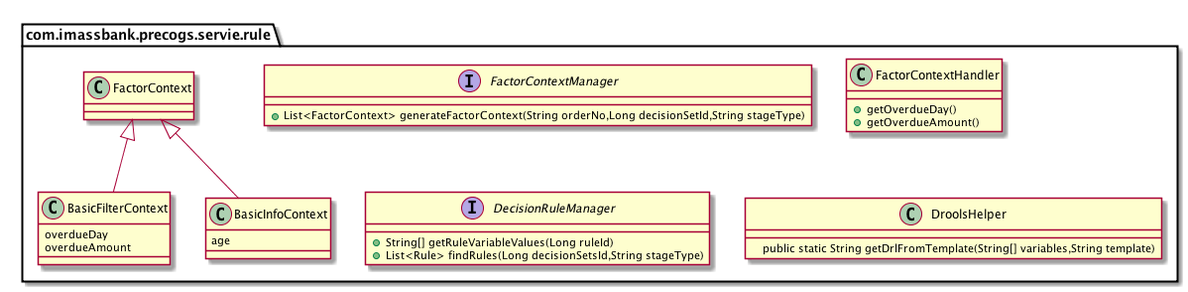
Before: images/risk/ClassDiagram-ruleInterface.png, a diagram exported from PlantUML (feidragon/feidragon.github.io).
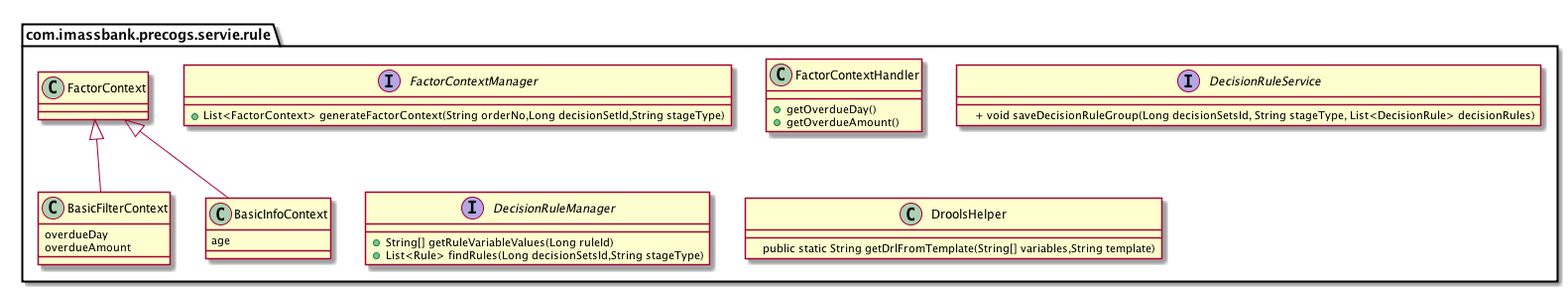
Above is the later version.

What changed in the source:
```diff
@@ -22,6 +22,11 @@
     + getOverdueDay()
     + getOverdueAmount()
   }
+  interface DecisionRuleService {
+
+    + void saveDecisionRuleGroup(Long decisionSetsId, String stageType, List<DecisionRule> decisionRules)
+
+  }
 
   interface DecisionRuleManager{
     + String[] getRuleVariableValues(Long ruleId)
```
